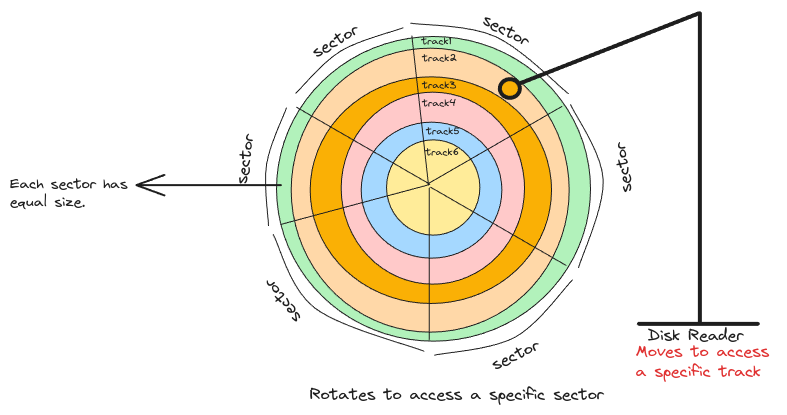
Earlier version of the Excalidraw export static/img/hdd-sectors-tracks.excalidraw.png (swaroopar/inprogress-engineer). Source tidied: one line per element, renumbered; positions are measured from the earlier drawing's top-left corner, leaving out a move shared by most shapes. Its diagram source:
```json
{"id": 0, "type": "ellipse", "strokeColor": "#1e1e1e", "backgroundColor": "#b2f2bb", "fillStyle": "solid", "strokeWidth": 1, "roughness": 0, "round": true, "x": 267, "y": 23, "width": 314, "height": 305}
{"id": 1, "type": "ellipse", "strokeColor": "#1e1e1e", "backgroundColor": "#ffd8a8", "fillStyle": "solid", "strokeWidth": 1, "roughness": 0, "round": true, "x": 281, "y": 35, "width": 278, "height": 284}
{"id": 2, "type": "ellipse", "strokeColor": "#1e1e1e", "backgroundColor": "#fab005", "fillStyle": "solid", "strokeWidth": 1, "roughness": 0, "round": true, "x": 300, "y": 64, "width": 241, "height": 227}
{"id": 3, "type": "ellipse", "strokeColor": "#1e1e1e", "backgroundColor": "#ffc9c9", "fillStyle": "solid", "strokeWidth": 1, "roughness": 0, "round": true, "x": 331, "y": 79, "width": 183, "height": 192}
{"id": 4, "type": "ellipse", "strokeColor": "#1e1e1e", "strokeWidth": 1, "roughness": 0, "round": true, "x": 399, "y": 154, "width": 45, "height": 46}
{"id": 5, "type": "ellipse", "strokeColor": "#1e1e1e", "backgroundColor": "#a5d8ff", "fillStyle": "solid", "strokeWidth": 1, "roughness": 0, "round": true, "x": 351, "y": 109, "width": 141, "height": 136}
{"id": 6, "type": "ellipse", "strokeColor": "#1e1e1e", "backgroundColor": "#ffec99", "fillStyle": "solid", "strokeWidth": 1, "roughness": 0, "round": true, "x": 377, "y": 127, "width": 93, "height": 95}
{"id": 7, "type": "line", "strokeColor": "#1e1e1e", "backgroundColor": "#ffc9c9", "fillStyle": "solid", "strokeWidth": 1, "roughness": 0, "round": true, "x": 419, "y": 175, "width": 0, "height": 152, "points": [[0, 0], [0, 152]]}
{"id": 8, "type": "line", "strokeColor": "#1e1e1e", "strokeWidth": 1, "roughness": 0, "round": true, "x": 421, "y": 174, "width": 136, "height": 78, "points": [[0, 0], [136, 78]]}
{"id": 9, "type": "line", "strokeColor": "#1e1e1e", "strokeWidth": 1, "roughness": 0, "round": true, "x": 418, "y": 171, "width": 134, "height": 77, "points": [[0, 0], [134, -77]]}
{"id": 10, "type": "line", "strokeColor": "#1e1e1e", "strokeWidth": 1, "roughness": 0, "round": true, "x": 419, "y": 171, "width": 133, "height": 77, "points": [[0, 0], [-133, -77]]}
{"id": 11, "type": "line", "strokeColor": "#1e1e1e", "strokeWidth": 1, "roughness": 0, "round": true, "x": 420, "y": 171, "width": 149, "height": 40, "points": [[0, 0], [-149, 40]]}
{"id": 12, "type": "line", "strokeColor": "#1e1e1e", "strokeWidth": 1, "roughness": 0, "round": true, "x": 419, "y": 172, "width": 17, "height": 149, "points": [[0, 0], [-17, -149]]}
{"id": 13, "type": "line", "strokeColor": "#1e1e1e", "backgroundColor": "#fab005", "fillStyle": "solid", "strokeWidth": 1, "roughness": 0, "round": true, "x": 425, "y": 342, "width": 138, "height": 75, "points": [[0, 0], [81, -18], [138, -75]]}
{"id": 14, "type": "text", "text": "sector", "strokeColor": "#1e1e1e", "angle": 5.85, "backgroundColor": "#fab005", "fillStyle": "solid", "strokeWidth": 1, "roughness": 0, "fontSize": 16, "fontFamily": 1, "x": 481, "y": 332, "width": 50, "height": 20}
{"id": 15, "type": "line", "strokeColor": "#1e1e1e", "backgroundColor": "#fab005", "fillStyle": "solid", "strokeWidth": 1, "roughness": 0, "round": true, "x": 569, "y": 255, "width": 33, "height": 163, "points": [[0, 0], [25, -88], [-8, -163]]}
{"id": 16, "type": "text", "text": "sector", "strokeColor": "#1e1e1e", "angle": 4.59, "backgroundColor": "#fab005", "fillStyle": "solid", "strokeWidth": 1, "roughness": 0, "fontSize": 16, "fontFamily": 1, "x": 589, "y": 144, "width": 50, "height": 20}
{"id": 17, "type": "line", "strokeColor": "#1e1e1e", "backgroundColor": "#fab005", "fillStyle": "solid", "strokeWidth": 1, "roughness": 0, "round": true, "x": 401, "y": 10, "width": 158, "height": 71, "points": [[0, 0], [85, 13], [158, 71]]}
{"id": 18, "type": "text", "text": "sector", "strokeColor": "#1e1e1e", "angle": 0.5, "backgroundColor": "#fab005", "fillStyle": "solid", "strokeWidth": 1, "roughness": 0, "fontSize": 16, "fontFamily": 1, "x": 471, "y": 8, "width": 50, "height": 20}
{"id": 19, "type": "line", "strokeColor": "#1e1e1e", "backgroundColor": "#fab005", "fillStyle": "solid", "strokeWidth": 1, "roughness": 0, "round": true, "x": 286, "y": 80, "width": 107, "height": 65, "points": [[0, 0], [45, -42], [107, -65]]}
{"id": 20, "type": "text", "text": "sector", "strokeColor": "#1e1e1e", "angle": 5.76, "backgroundColor": "#fab005", "fillStyle": "solid", "strokeWidth": 1, "roughness": 0, "fontSize": 16, "fontFamily": 1, "x": 300, "y": 18, "width": 50, "height": 20}
{"id": 21, "type": "line", "strokeColor": "#1e1e1e", "backgroundColor": "#fab005", "fillStyle": "solid", "strokeWidth": 1, "roughness": 0, "round": true, "x": 277, "y": 95, "width": 20, "height": 118, "points": [[0, 0], [-20, 57], [-18, 118]]}
{"id": 22, "type": "text", "text": "sector", "strokeColor": "#1e1e1e", "angle": 4.87, "backgroundColor": "#fab005", "fillStyle": "solid", "strokeWidth": 1, "roughness": 0, "fontSize": 16, "fontFamily": 1, "x": 210, "y": 136, "width": 50, "height": 20}
{"id": 23, "type": "line", "strokeColor": "#1e1e1e", "backgroundColor": "#fab005", "fillStyle": "solid", "strokeWidth": 1, "roughness": 0, "round": true, "x": 263, "y": 221, "width": 151, "height": 117, "points": [[0, 0], [41, 73], [151, 117]]}
{"id": 24, "type": "text", "text": "sector", "strokeColor": "#1e1e1e", "angle": 4.08, "backgroundColor": "#fab005", "fillStyle": "solid", "strokeWidth": 1, "roughness": 0, "fontSize": 16, "fontFamily": 1, "x": 248, "y": 277, "width": 50, "height": 20}
{"id": 25, "type": "line", "strokeColor": "#1e1e1e", "backgroundColor": "#fab005", "fillStyle": "solid", "strokeWidth": 4, "roughness": 0, "round": true, "x": 690, "y": 0, "width": 0, "height": 308, "points": [[0, 0], [0, 308]]}
{"id": 26, "type": "line", "strokeColor": "#1e1e1e", "backgroundColor": "#fab005", "fillStyle": "solid", "strokeWidth": 4, "roughness": 0, "round": true, "x": 689, "y": 0, "width": 191, "height": 75, "points": [[0, 0], [-191, 75]]}
{"id": 27, "type": "ellipse", "strokeColor": "#1e1e1e", "backgroundColor": "#fab005", "fillStyle": "solid", "strokeWidth": 4, "roughness": 0, "round": true, "x": 490, "y": 66, "width": 20, "height": 19}
{"id": 28, "type": "line", "strokeColor": "#1e1e1e", "backgroundColor": "#fab005", "fillStyle": "solid", "strokeWidth": 4, "roughness": 0, "round": true, "x": 629, "y": 311, "width": 119, "height": 0, "points": [[0, 0], [119, 0]]}
{"id": 29, "type": "text", "text": "Disk Reader", "strokeColor": "#1e1e1e", "backgroundColor": "#fab005", "fillStyle": "solid", "strokeWidth": 4, "roughness": 0, "fontSize": 16, "fontFamily": 1, "x": 638, "y": 313, "width": 95, "height": 20}
{"id": 30, "type": "text", "text": "track1", "strokeColor": "#1e1e1e", "backgroundColor": "#fab005", "fillStyle": "solid", "strokeWidth": 4, "roughness": 0, "fontSize": 10.3, "fontFamily": 1, "x": 412, "y": 23, "width": 30, "height": 13}
{"id": 31, "type": "text", "text": "track2", "strokeColor": "#1e1e1e", "backgroundColor": "#fab005", "fillStyle": "solid", "strokeWidth": 4, "roughness": 0, "fontSize": 10.3, "fontFamily": 1, "x": 412, "y": 40, "width": 35, "height": 13}
{"id": 32, "type": "text", "text": "track3", "strokeColor": "#1e1e1e", "backgroundColor": "#fab005", "fillStyle": "solid", "strokeWidth": 4, "roughness": 0, "fontSize": 10.3, "fontFamily": 1, "x": 412, "y": 67, "width": 34, "height": 13}
{"id": 33, "type": "text", "text": "track4", "strokeColor": "#1e1e1e", "backgroundColor": "#fab005", "fillStyle": "solid", "strokeWidth": 4, "roughness": 0, "fontSize": 10.3, "fontFamily": 1, "x": 412, "y": 85, "width": 34, "height": 13}
{"id": 34, "type": "text", "text": "track5", "strokeColor": "#1e1e1e", "backgroundColor": "#fab005", "fillStyle": "solid", "strokeWidth": 4, "roughness": 0, "fontSize": 10.3, "fontFamily": 1, "x": 416, "y": 113, "width": 34, "height": 13}
{"id": 35, "type": "text", "text": "track6", "strokeColor": "#1e1e1e", "backgroundColor": "#fab005", "fillStyle": "solid", "strokeWidth": 4, "roughness": 0, "fontSize": 10.3, "fontFamily": 1, "x": 415, "y": 134, "width": 34, "height": 13}
{"id": 36, "type": "text", "text": "Moves to access \na specific track\n", "strokeColor": "#e03131", "strokeWidth": 1, "roughness": 0, "fontSize": 16, "fontFamily": 1, "x": 626, "y": 329, "width": 142, "height": 60}
{"id": 37, "type": "text", "text": "Rotates to access a specific sector", "strokeColor": "#1e1e1e", "strokeWidth": 1, "roughness": 0, "fontSize": 16, "fontFamily": 1, "x": 300, "y": 372, "width": 294, "height": 20}
{"id": 38, "type": "arrow", "strokeColor": "#1e1e1e", "strokeWidth": 2, "roughness": 0, "endArrowhead": "arrow", "round": true, "x": 271, "y": 172, "width": 145, "height": 0, "points": [[0, 0], [-145, 0]]}
{"id": 39, "type": "text", "text": "Each sector has\nequal size.", "strokeColor": "#1e1e1e", "strokeWidth": 2, "roughness": 0, "fontSize": 14.4, "fontFamily": 1, "x": 0, "y": 162, "width": 118, "height": 36}
```
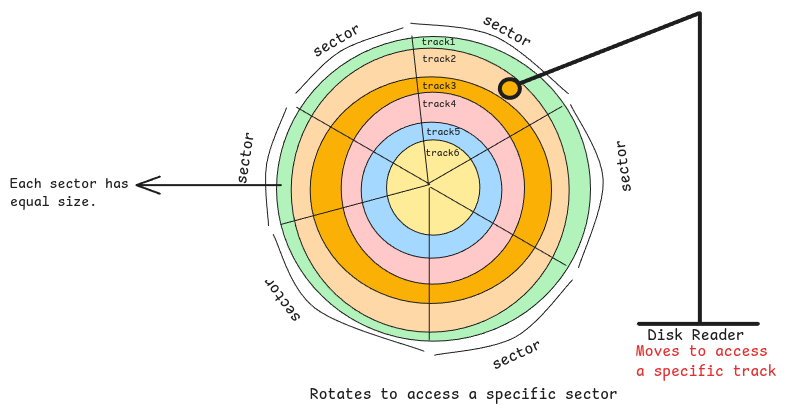
After the change.

Change to the diagram source:
```diff
@@ -12,29 +12,29 @@
 {"id": 11, "type": "line", "strokeColor": "#1e1e1e", "strokeWidth": 1, "roughness": 0, "round": true, "x": 420, "y": 171, "width": 149, "height": 40, "points": [[0, 0], [-149, 40]]}
 {"id": 12, "type": "line", "strokeColor": "#1e1e1e", "strokeWidth": 1, "roughness": 0, "round": true, "x": 419, "y": 172, "width": 17, "height": 149, "points": [[0, 0], [-17, -149]]}
 {"id": 13, "type": "line", "strokeColor": "#1e1e1e", "backgroundColor": "#fab005", "fillStyle": "solid", "strokeWidth": 1, "roughness": 0, "round": true, "x": 425, "y": 342, "width": 138, "height": 75, "points": [[0, 0], [81, -18], [138, -75]]}
-{"id": 14, "type": "text", "text": "sector", "strokeColor": "#1e1e1e", "angle": 5.85, "backgroundColor": "#fab005", "fillStyle": "solid", "strokeWidth": 1, "roughness": 0, "fontSize": 16, "fontFamily": 1, "x": 481, "y": 332, "width": 50, "height": 20}
+{"id": 14, "type": "text", "text": "sector", "strokeColor": "#1e1e1e", "angle": 5.85, "backgroundColor": "#fab005", "fillStyle": "solid", "strokeWidth": 1, "roughness": 0, "fontSize": 16, "fontFamily": 8, "x": 481, "y": 332, "width": 50, "height": 20}
 {"id": 15, "type": "line", "strokeColor": "#1e1e1e", "backgroundColor": "#fab005", "fillStyle": "solid", "strokeWidth": 1, "roughness": 0, "round": true, "x": 569, "y": 255, "width": 33, "height": 163, "points": [[0, 0], [25, -88], [-8, -163]]}
-{"id": 16, "type": "text", "text": "sector", "strokeColor": "#1e1e1e", "angle": 4.59, "backgroundColor": "#fab005", "fillStyle": "solid", "strokeWidth": 1, "roughness": 0, "fontSize": 16, "fontFamily": 1, "x": 589, "y": 144, "width": 50, "height": 20}
+{"id": 16, "type": "text", "text": "sector", "strokeColor": "#1e1e1e", "angle": 4.59, "backgroundColor": "#fab005", "fillStyle": "solid", "strokeWidth": 1, "roughness": 0, "fontSize": 16, "fontFamily": 8, "x": 589, "y": 144, "width": 50, "height": 20}
 {"id": 17, "type": "line", "strokeColor": "#1e1e1e", "backgroundColor": "#fab005", "fillStyle": "solid", "strokeWidth": 1, "roughness": 0, "round": true, "x": 401, "y": 10, "width": 158, "height": 71, "points": [[0, 0], [85, 13], [158, 71]]}
-{"id": 18, "type": "text", "text": "sector", "strokeColor": "#1e1e1e", "angle": 0.5, "backgroundColor": "#fab005", "fillStyle": "solid", "strokeWidth": 1, "roughness": 0, "fontSize": 16, "fontFamily": 1, "x": 471, "y": 8, "width": 50, "height": 20}
+{"id": 18, "type": "text", "text": "sector", "strokeColor": "#1e1e1e", "angle": 0.5, "backgroundColor": "#fab005", "fillStyle": "solid", "strokeWidth": 1, "roughness": 0, "fontSize": 16, "fontFamily": 8, "x": 471, "y": 8, "width": 50, "height": 20}
 {"id": 19, "type": "line", "strokeColor": "#1e1e1e", "backgroundColor": "#fab005", "fillStyle": "solid", "strokeWidth": 1, "roughness": 0, "round": true, "x": 286, "y": 80, "width": 107, "height": 65, "points": [[0, 0], [45, -42], [107, -65]]}
-{"id": 20, "type": "text", "text": "sector", "strokeColor": "#1e1e1e", "angle": 5.76, "backgroundColor": "#fab005", "fillStyle": "solid", "strokeWidth": 1, "roughness": 0, "fontSize": 16, "fontFamily": 1, "x": 300, "y": 18, "width": 50, "height": 20}
+{"id": 20, "type": "text", "text": "sector", "strokeColor": "#1e1e1e", "angle": 5.76, "backgroundColor": "#fab005", "fillStyle": "solid", "strokeWidth": 1, "roughness": 0, "fontSize": 16, "fontFamily": 8, "x": 300, "y": 18, "width": 50, "height": 20}
 {"id": 21, "type": "line", "strokeColor": "#1e1e1e", "backgroundColor": "#fab005", "fillStyle": "solid", "strokeWidth": 1, "roughness": 0, "round": true, "x": 277, "y": 95, "width": 20, "height": 118, "points": [[0, 0], [-20, 57], [-18, 118]]}
-{"id": 22, "type": "text", "text": "sector", "strokeColor": "#1e1e1e", "angle": 4.87, "backgroundColor": "#fab005", "fillStyle": "solid", "strokeWidth": 1, "roughness": 0, "fontSize": 16, "fontFamily": 1, "x": 210, "y": 136, "width": 50, "height": 20}
+{"id": 22, "type": "text", "text": "sector", "strokeColor": "#1e1e1e", "angle": 4.87, "backgroundColor": "#fab005", "fillStyle": "solid", "strokeWidth": 1, "roughness": 0, "fontSize": 16, "fontFamily": 8, "x": 210, "y": 136, "width": 50, "height": 20}
 {"id": 23, "type": "line", "strokeColor": "#1e1e1e", "backgroundColor": "#fab005", "fillStyle": "solid", "strokeWidth": 1, "roughness": 0, "round": true, "x": 263, "y": 221, "width": 151, "height": 117, "points": [[0, 0], [41, 73], [151, 117]]}
-{"id": 24, "type": "text", "text": "sector", "strokeColor": "#1e1e1e", "angle": 4.08, "backgroundColor": "#fab005", "fillStyle": "solid", "strokeWidth": 1, "roughness": 0, "fontSize": 16, "fontFamily": 1, "x": 248, "y": 277, "width": 50, "height": 20}
+{"id": 24, "type": "text", "text": "sector", "strokeColor": "#1e1e1e", "angle": 4.08, "backgroundColor": "#fab005", "fillStyle": "solid", "strokeWidth": 1, "roughness": 0, "fontSize": 16, "fontFamily": 8, "x": 248, "y": 277, "width": 50, "height": 20}
 {"id": 25, "type": "line", "strokeColor": "#1e1e1e", "backgroundColor": "#fab005", "fillStyle": "solid", "strokeWidth": 4, "roughness": 0, "round": true, "x": 690, "y": 0, "width": 0, "height": 308, "points": [[0, 0], [0, 308]]}
 {"id": 26, "type": "line", "strokeColor": "#1e1e1e", "backgroundColor": "#fab005", "fillStyle": "solid", "strokeWidth": 4, "roughness": 0, "round": true, "x": 689, "y": 0, "width": 191, "height": 75, "points": [[0, 0], [-191, 75]]}
 {"id": 27, "type": "ellipse", "strokeColor": "#1e1e1e", "backgroundColor": "#fab005", "fillStyle": "solid", "strokeWidth": 4, "roughness": 0, "round": true, "x": 490, "y": 66, "width": 20, "height": 19}
 {"id": 28, "type": "line", "strokeColor": "#1e1e1e", "backgroundColor": "#fab005", "fillStyle": "solid", "strokeWidth": 4, "roughness": 0, "round": true, "x": 629, "y": 311, "width": 119, "height": 0, "points": [[0, 0], [119, 0]]}
-{"id": 29, "type": "text", "text": "Disk Reader", "strokeColor": "#1e1e1e", "backgroundColor": "#fab005", "fillStyle": "solid", "strokeWidth": 4, "roughness": 0, "fontSize": 16, "fontFamily": 1, "x": 638, "y": 313, "width": 95, "height": 20}
+{"id": 29, "type": "text", "text": "Disk Reader", "strokeColor": "#1e1e1e", "backgroundColor": "#fab005", "fillStyle": "solid", "strokeWidth": 4, "roughness": 0, "fontSize": 16, "fontFamily": 8, "x": 638, "y": 313, "width": 95, "height": 20}
-{"id": 30, "type": "text", "text": "track1", "strokeColor": "#1e1e1e", "backgroundColor": "#fab005", "fillStyle": "solid", "strokeWidth": 4, "roughness": 0, "fontSize": 10.3, "fontFamily": 1, "x": 412, "y": 23, "width": 30, "height": 13}
+{"id": 30, "type": "text", "text": "track1", "strokeColor": "#1e1e1e", "backgroundColor": "#fab005", "fillStyle": "solid", "strokeWidth": 4, "roughness": 0, "fontSize": 10.3, "fontFamily": 8, "x": 412, "y": 23, "width": 30, "height": 13}
-{"id": 31, "type": "text", "text": "track2", "strokeColor": "#1e1e1e", "backgroundColor": "#fab005", "fillStyle": "solid", "strokeWidth": 4, "roughness": 0, "fontSize": 10.3, "fontFamily": 1, "x": 412, "y": 40, "width": 35, "height": 13}
+{"id": 31, "type": "text", "text": "track2", "strokeColor": "#1e1e1e", "backgroundColor": "#fab005", "fillStyle": "solid", "strokeWidth": 4, "roughness": 0, "fontSize": 10.3, "fontFamily": 8, "x": 412, "y": 40, "width": 35, "height": 13}
-{"id": 32, "type": "text", "text": "track3", "strokeColor": "#1e1e1e", "backgroundColor": "#fab005", "fillStyle": "solid", "strokeWidth": 4, "roughness": 0, "fontSize": 10.3, "fontFamily": 1, "x": 412, "y": 67, "width": 34, "height": 13}
+{"id": 32, "type": "text", "text": "track3", "strokeColor": "#1e1e1e", "backgroundColor": "#fab005", "fillStyle": "solid", "strokeWidth": 4, "roughness": 0, "fontSize": 10.3, "fontFamily": 8, "x": 412, "y": 67, "width": 34, "height": 13}
-{"id": 33, "type": "text", "text": "track4", "strokeColor": "#1e1e1e", "backgroundColor": "#fab005", "fillStyle": "solid", "strokeWidth": 4, "roughness": 0, "fontSize": 10.3, "fontFamily": 1, "x": 412, "y": 85, "width": 34, "height": 13}
+{"id": 33, "type": "text", "text": "track4", "strokeColor": "#1e1e1e", "backgroundColor": "#fab005", "fillStyle": "solid", "strokeWidth": 4, "roughness": 0, "fontSize": 10.3, "fontFamily": 8, "x": 412, "y": 85, "width": 34, "height": 13}
-{"id": 34, "type": "text", "text": "track5", "strokeColor": "#1e1e1e", "backgroundColor": "#fab005", "fillStyle": "solid", "strokeWidth": 4, "roughness": 0, "fontSize": 10.3, "fontFamily": 1, "x": 416, "y": 113, "width": 34, "height": 13}
+{"id": 34, "type": "text", "text": "track5", "strokeColor": "#1e1e1e", "backgroundColor": "#fab005", "fillStyle": "solid", "strokeWidth": 4, "roughness": 0, "fontSize": 10.3, "fontFamily": 8, "x": 416, "y": 113, "width": 34, "height": 13}
-{"id": 35, "type": "text", "text": "track6", "strokeColor": "#1e1e1e", "backgroundColor": "#fab005", "fillStyle": "solid", "strokeWidth": 4, "roughness": 0, "fontSize": 10.3, "fontFamily": 1, "x": 415, "y": 134, "width": 34, "height": 13}
+{"id": 35, "type": "text", "text": "track6", "strokeColor": "#1e1e1e", "backgroundColor": "#fab005", "fillStyle": "solid", "strokeWidth": 4, "roughness": 0, "fontSize": 10.3, "fontFamily": 8, "x": 415, "y": 134, "width": 34, "height": 13}
-{"id": 36, "type": "text", "text": "Moves to access \na specific track\n", "strokeColor": "#e03131", "strokeWidth": 1, "roughness": 0, "fontSize": 16, "fontFamily": 1, "x": 626, "y": 329, "width": 142, "height": 60}
+{"id": 36, "type": "text", "text": "Moves to access \na specific track\n", "strokeColor": "#e03131", "strokeWidth": 1, "roughness": 0, "fontSize": 16, "fontFamily": 8, "x": 626, "y": 329, "width": 142, "height": 60}
-{"id": 37, "type": "text", "text": "Rotates to access a specific sector", "strokeColor": "#1e1e1e", "strokeWidth": 1, "roughness": 0, "fontSize": 16, "fontFamily": 1, "x": 300, "y": 372, "width": 294, "height": 20}
+{"id": 37, "type": "text", "text": "Rotates to access a specific sector", "strokeColor": "#1e1e1e", "strokeWidth": 1, "roughness": 0, "fontSize": 16, "fontFamily": 8, "x": 300, "y": 372, "width": 294, "height": 20}
 {"id": 38, "type": "arrow", "strokeColor": "#1e1e1e", "strokeWidth": 2, "roughness": 0, "endArrowhead": "arrow", "round": true, "x": 271, "y": 172, "width": 145, "height": 0, "points": [[0, 0], [-145, 0]]}
-{"id": 39, "type": "text", "text": "Each sector has\nequal size.", "strokeColor": "#1e1e1e", "strokeWidth": 2, "roughness": 0, "fontSize": 14.4, "fontFamily": 1, "x": 0, "y": 162, "width": 118, "height": 36}
+{"id": 39, "type": "text", "text": "Each sector has\nequal size.", "strokeColor": "#1e1e1e", "strokeWidth": 2, "roughness": 0, "fontSize": 14.4, "fontFamily": 8, "x": 0, "y": 162, "width": 118, "height": 36}
```
